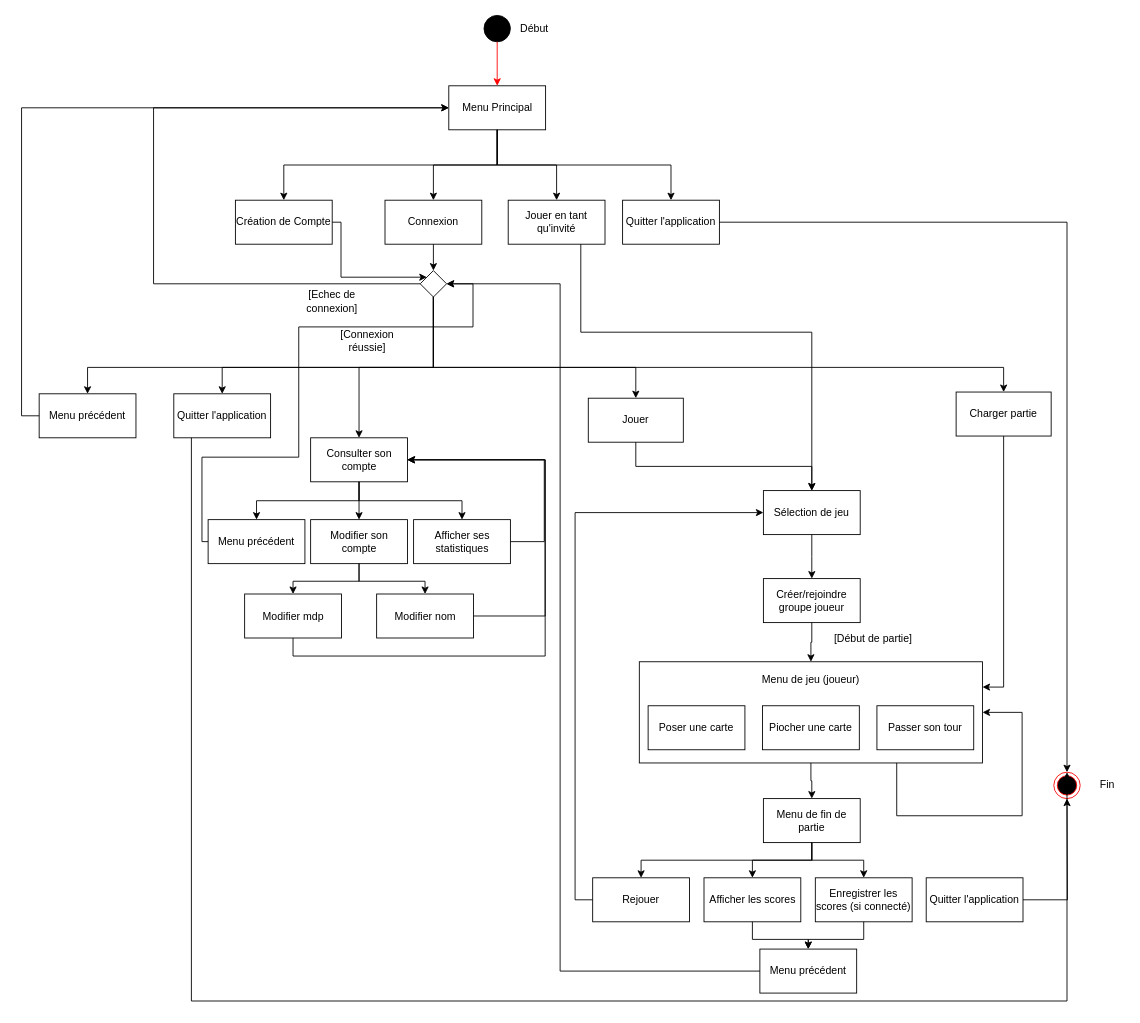
Earlier version of the draw.io diagram Diagrams/Activity Diagram.drawio (MailineN/ProjetInfo2A). Source tidied: cells renumbered, new cells numbered last; positions are measured from the earlier drawing's top-left corner, leaving out a move shared by most shapes. Both pictures are drawn from the tidied source at 88%, with x=0, y=0 at pixel (39, 15).
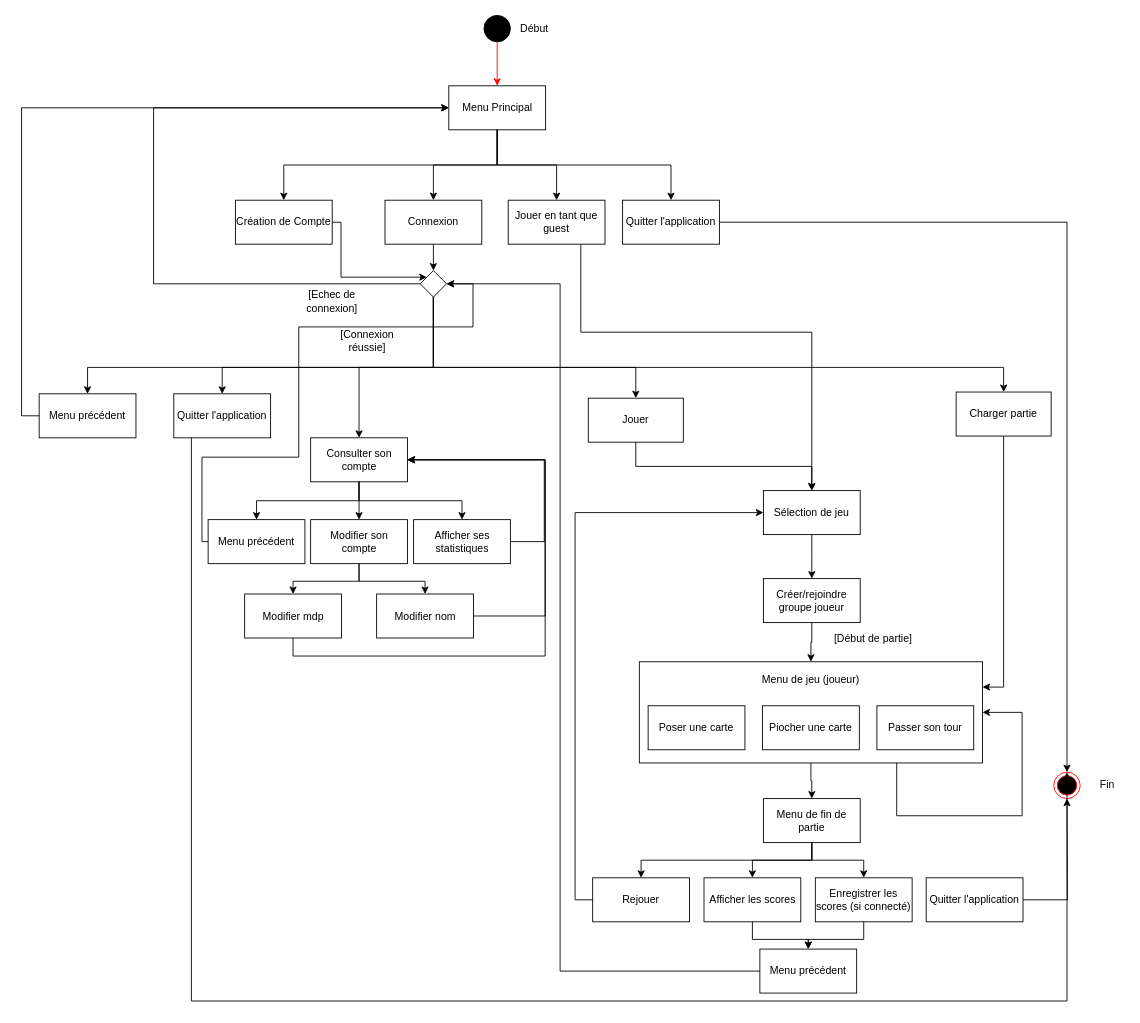
The same diagram, later.

The edit, as a diff of the source:
```diff
@@
-    <mxCell id="15" value="Jouer en tant qu'invité" style="rounded=0;whiteSpace=wrap;html=1;fillColor=none;" parent="1" vertex="1">
+    <mxCell id="15" value="Jouer en tant que guest" style="rounded=0;whiteSpace=wrap;html=1;fillColor=none;" parent="1" vertex="1">
       <mxGeometry x="533" y="210" width="110" height="50" as="geometry" />
     </mxCell>
```
